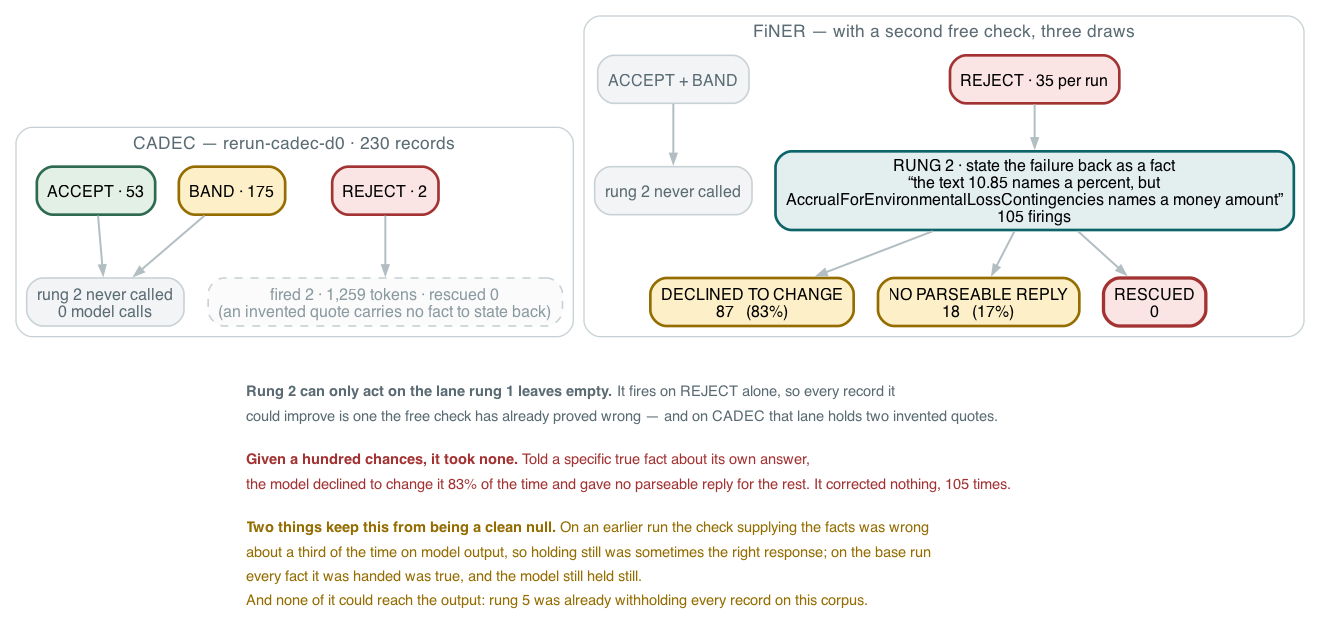
This is docs/figures/fig13-rung2.png from wbagais/reliability-ladder, a Graphviz export, as it was before one commit. Its source is kept beside it as docs/figures/fig13-rung2.dot.
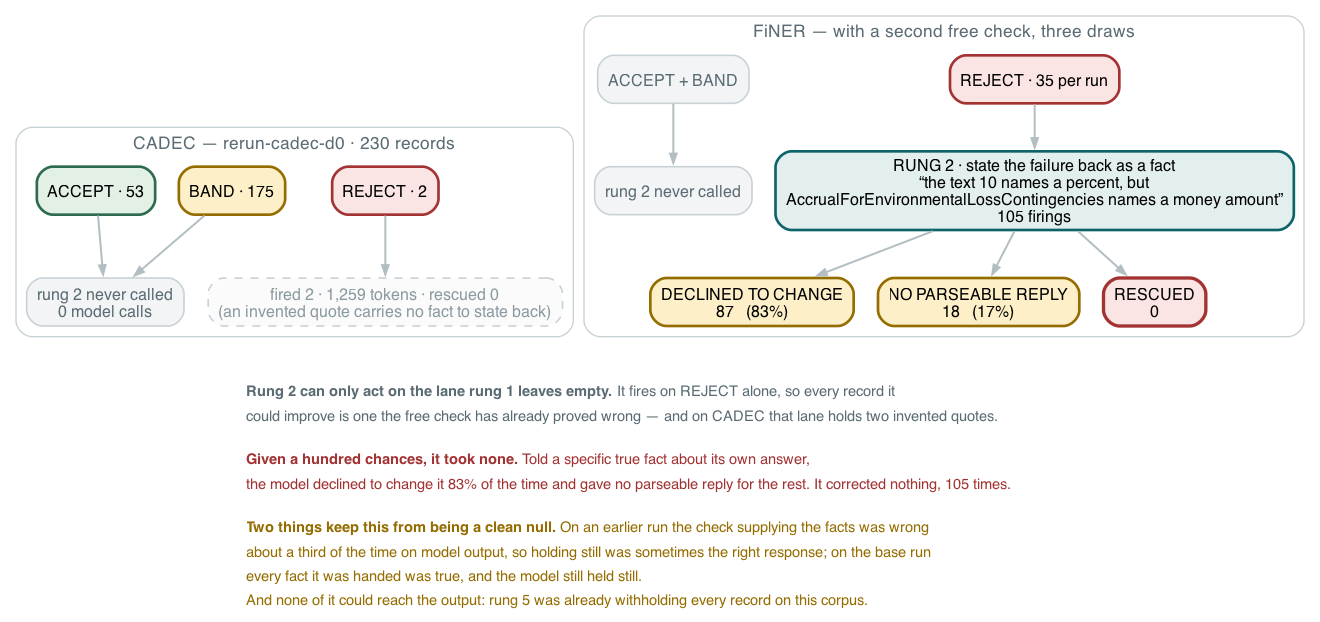
Above is the later version.

Commit message:
Figures: the last two earlier-run tokens removed from figure sources (rung 1 note, rung 2 FiNER example now a base-run rejection)

Diff of the diagram source:
```diff
@@ -22,7 +22,7 @@
     fa [label="ACCEPT + BAND" fillcolor="#f2f4f5" fontcolor="#5a6b73"];
     fr [label="REJECT · 35 per run" fillcolor="#fbe4e4" color="#a33333" penwidth=2];
     fskip [label="rung 2 never called" fillcolor="#f2f4f5" fontcolor="#5a6b73"];
-    f2 [label="RUNG 2 · state the failure back as a fact\n“the text 10.85 names a percent, but\nAccrualForEnvironmentalLossContingencies names a money amount”\n105 firings"
+    f2 [label="RUNG 2 · state the failure back as a fact\n“the text 10 names a percent, but\nAccrualForEnvironmentalLossContingencies names a money amount”\n105 firings"
         fillcolor="#e3eeef" color="#0c6469" penwidth=2];
     unch [label="DECLINED TO CHANGE\n87   (83%)" fillcolor="#fdf0c8" color="#946c00" penwidth=2];
     decl [label="NO PARSEABLE REPLY\n18   (17%)" fillcolor="#fdf0c8" color="#946c00" penwidth=2];
```
